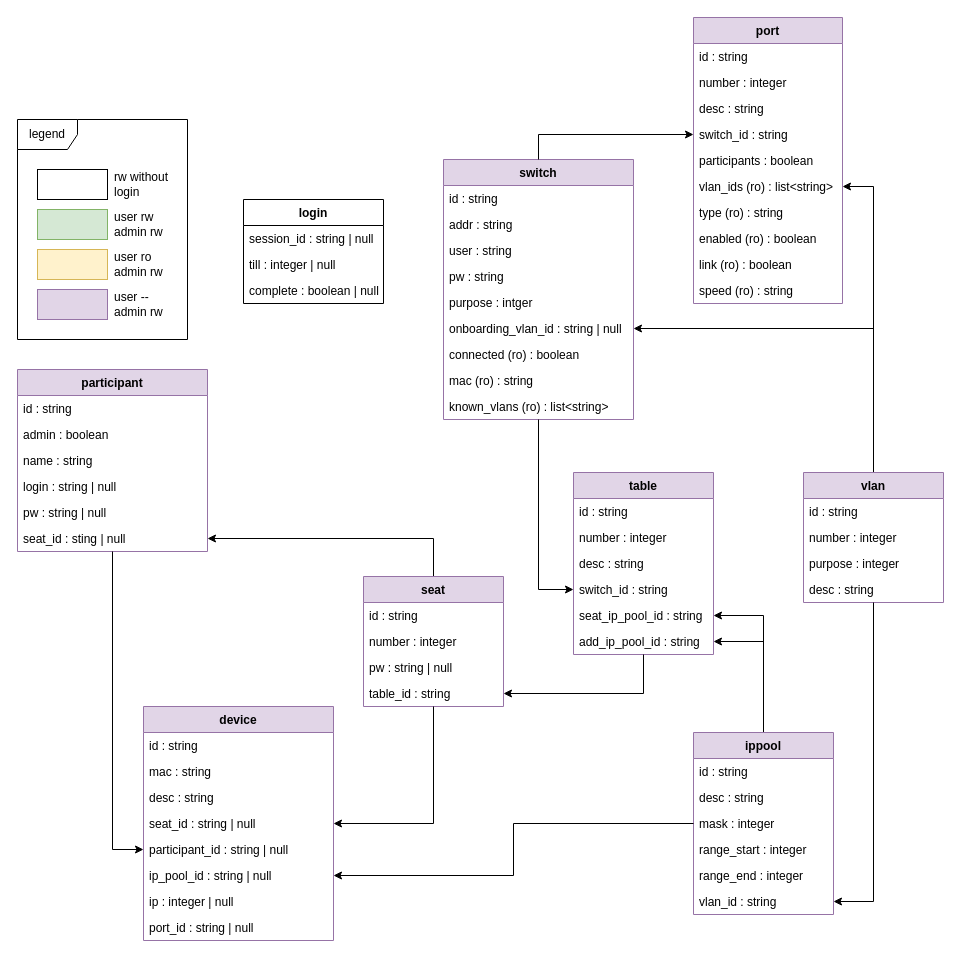
This is docs/api.drawio from nils-ost/LanPartyOnboardingSystem, a draw.io file, before an edit. Source tidied: cells renumbered, new cells numbered last; positions are measured from the earlier drawing's top-left corner, leaving out a move shared by most shapes. Both pictures are drawn from the tidied source at 100%, with x=0, y=0 at pixel (17, 17).
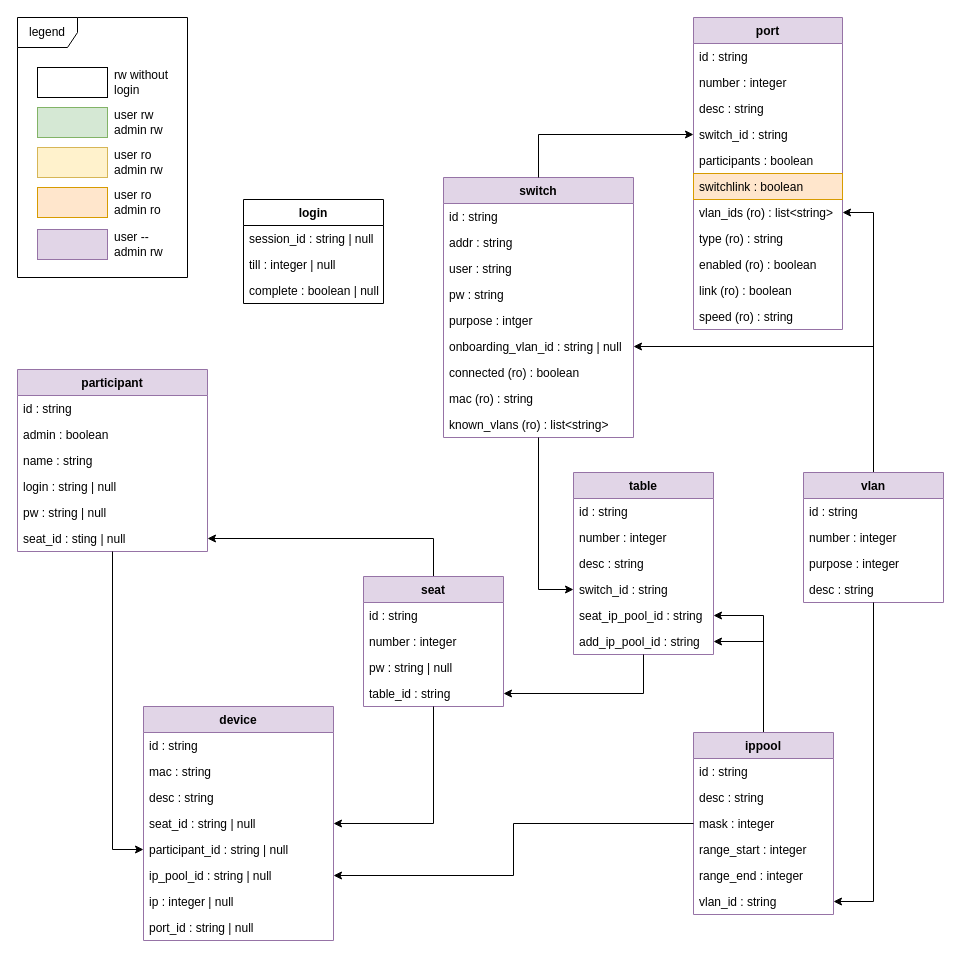
The same diagram, later.

Diff of the diagram source:
```diff
@@
     <mxCell id="30" value="switch" style="swimlane;fontStyle=1;horizontal=1;startSize=26;fillColor=#e1d5e7;strokeColor=#9673a6;" parent="1" vertex="1">
-      <mxGeometry x="426" y="142" width="190" height="260" as="geometry" />
+      <mxGeometry x="426" y="160" width="190" height="260" as="geometry" />
     </mxCell>
@@
-    <mxCell id="67" style="group;" parent="1" vertex="1">
-      <mxGeometry y="102" width="170" height="220" as="geometry" />
-    </mxCell>
-    <mxCell id="68" value="legend" style="shape=umlFrame;whiteSpace=wrap;html=1;" parent="67" vertex="1">
-      <mxGeometry width="170" height="220" as="geometry" />
-    </mxCell>
-    <mxCell id="69" value="user rw&lt;br&gt;admin rw" style="rounded=0;whiteSpace=wrap;html=1;fillColor=#d5e8d4;strokeColor=#82b366;labelPosition=right;verticalLabelPosition=middle;align=left;verticalAlign=middle;spacing=7;" parent="67" vertex="1">
-      <mxGeometry x="20" y="90" width="70" height="30" as="geometry" />
-    </mxCell>
-    <mxCell id="70" value="user ro&lt;br&gt;admin rw" style="rounded=0;whiteSpace=wrap;html=1;fillColor=#fff2cc;strokeColor=#d6b656;labelPosition=right;verticalLabelPosition=middle;align=left;verticalAlign=middle;spacing=7;" parent="67" vertex="1">
-      <mxGeometry x="20" y="130" width="70" height="30" as="geometry" />
-    </mxCell>
-    <mxCell id="71" value="user --&lt;br&gt;admin rw" style="rounded=0;whiteSpace=wrap;html=1;fillColor=#e1d5e7;strokeColor=#9673a6;labelPosition=right;verticalLabelPosition=middle;align=left;verticalAlign=middle;spacing=7;" parent="67" vertex="1">
-      <mxGeometry x="20" y="170" width="70" height="30" as="geometry" />
-    </mxCell>
-    <mxCell id="72" value="rw without login" style="rounded=0;whiteSpace=wrap;html=1;labelPosition=right;verticalLabelPosition=middle;align=left;verticalAlign=middle;spacing=7;" parent="67" vertex="1">
-      <mxGeometry x="20" y="50" width="70" height="30" as="geometry" />
-    </mxCell>
     <mxCell id="73" value="port" style="swimlane;fontStyle=1;horizontal=1;startSize=26;fillColor=#e1d5e7;strokeColor=#9673a6;" parent="1" vertex="1">
-      <mxGeometry x="676" width="149" height="286" as="geometry" />
+      <mxGeometry x="676" width="149" height="312" as="geometry" />
     </mxCell>
@@
+    <mxCell id="85" value="switchlink : boolean" style="text;strokeColor=#d79b00;fillColor=#ffe6cc;align=left;verticalAlign=top;spacingLeft=4;spacingRight=4;overflow=hidden;" parent="73" vertex="1">
+      <mxGeometry y="156" width="149" height="26" as="geometry" />
+    </mxCell>
     <mxCell id="79" value="vlan_ids (ro) : list&lt;string&gt;" style="text;strokeColor=none;fillColor=none;align=left;verticalAlign=top;spacingLeft=4;spacingRight=4;overflow=hidden;points=[[0,0.5],[1,0.5]];portConstraint=eastwest;" parent="73" vertex="1">
-      <mxGeometry y="156" width="149" height="26" as="geometry" />
+      <mxGeometry y="182" width="149" height="26" as="geometry" />
     </mxCell>
     <mxCell id="80" value="type (ro) : string" style="text;strokeColor=none;fillColor=none;align=left;verticalAlign=top;spacingLeft=4;spacingRight=4;overflow=hidden;" parent="73" vertex="1">
-      <mxGeometry y="182" width="149" height="26" as="geometry" />
+      <mxGeometry y="208" width="149" height="26" as="geometry" />
     </mxCell>
     <mxCell id="81" value="enabled (ro) : boolean" style="text;strokeColor=none;fillColor=none;align=left;verticalAlign=top;spacingLeft=4;spacingRight=4;overflow=hidden;" parent="73" vertex="1">
-      <mxGeometry y="208" width="149" height="26" as="geometry" />
+      <mxGeometry y="234" width="149" height="26" as="geometry" />
     </mxCell>
     <mxCell id="82" value="link (ro) : boolean" style="text;strokeColor=none;fillColor=none;align=left;verticalAlign=top;spacingLeft=4;spacingRight=4;overflow=hidden;" parent="73" vertex="1">
-      <mxGeometry y="234" width="149" height="26" as="geometry" />
+      <mxGeometry y="260" width="149" height="26" as="geometry" />
     </mxCell>
     <mxCell id="83" value="speed (ro) : string" style="text;strokeColor=none;fillColor=none;align=left;verticalAlign=top;spacingLeft=4;spacingRight=4;overflow=hidden;" parent="73" vertex="1">
-      <mxGeometry y="260" width="149" height="26" as="geometry" />
+      <mxGeometry y="286" width="149" height="26" as="geometry" />
     </mxCell>
@@
+    <mxCell id="86" style="group;" parent="1" vertex="1">
+      <mxGeometry width="170" height="260" as="geometry" />
+    </mxCell>
+    <mxCell id="68" value="legend" style="shape=umlFrame;whiteSpace=wrap;html=1;" parent="86" vertex="1">
+      <mxGeometry width="170" height="260" as="geometry" />
+    </mxCell>
+    <mxCell id="69" value="user rw&lt;br&gt;admin rw" style="rounded=0;whiteSpace=wrap;html=1;fillColor=#d5e8d4;strokeColor=#82b366;labelPosition=right;verticalLabelPosition=middle;align=left;verticalAlign=middle;spacing=7;" parent="86" vertex="1">
+      <mxGeometry x="20" y="90" width="70" height="30" as="geometry" />
+    </mxCell>
+    <mxCell id="70" value="user ro&lt;br&gt;admin rw" style="rounded=0;whiteSpace=wrap;html=1;fillColor=#fff2cc;strokeColor=#d6b656;labelPosition=right;verticalLabelPosition=middle;align=left;verticalAlign=middle;spacing=7;" parent="86" vertex="1">
+      <mxGeometry x="20" y="130" width="70" height="30" as="geometry" />
+    </mxCell>
+    <mxCell id="71" value="user --&lt;br&gt;admin rw" style="rounded=0;whiteSpace=wrap;html=1;fillColor=#e1d5e7;strokeColor=#9673a6;labelPosition=right;verticalLabelPosition=middle;align=left;verticalAlign=middle;spacing=7;" parent="86" vertex="1">
+      <mxGeometry x="20" y="212" width="70" height="30" as="geometry" />
+    </mxCell>
+    <mxCell id="72" value="rw without login" style="rounded=0;whiteSpace=wrap;html=1;labelPosition=right;verticalLabelPosition=middle;align=left;verticalAlign=middle;spacing=7;" parent="86" vertex="1">
+      <mxGeometry x="20" y="50" width="70" height="30" as="geometry" />
+    </mxCell>
+    <mxCell id="87" value="user ro&lt;br&gt;admin ro" style="rounded=0;whiteSpace=wrap;html=1;fillColor=#ffe6cc;strokeColor=#d79b00;labelPosition=right;verticalLabelPosition=middle;align=left;verticalAlign=middle;spacing=7;" parent="86" vertex="1">
+      <mxGeometry x="20" y="170" width="70" height="30" as="geometry" />
+    </mxCell>
```
